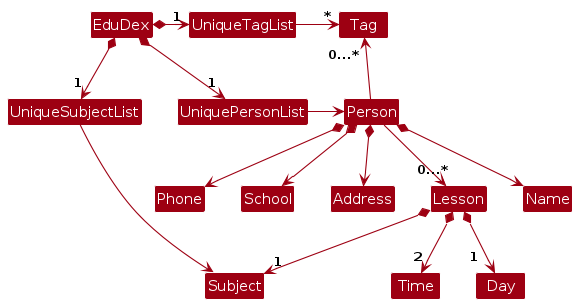
Earlier version of the PlantUML export diagrams/BetterModelClassDiagram.png (AY2526S1-CS2103T-T12-1/tp). Its source is kept beside it as diagrams/BetterModelClassDiagram.puml.
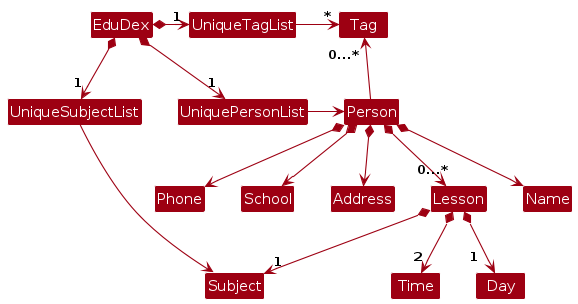
The same diagram one commit later.

The edit, as a diff of the source:
```diff
@@ -19,7 +19,7 @@
 Person *--> Phone
 Person *--> School
 Person *--> Address
-Person --> "    0...*" Lesson
+Person *--> "    0...*" Lesson
 
 Lesson *--> "1" Subject
 Lesson *--> "1  " Day
```
